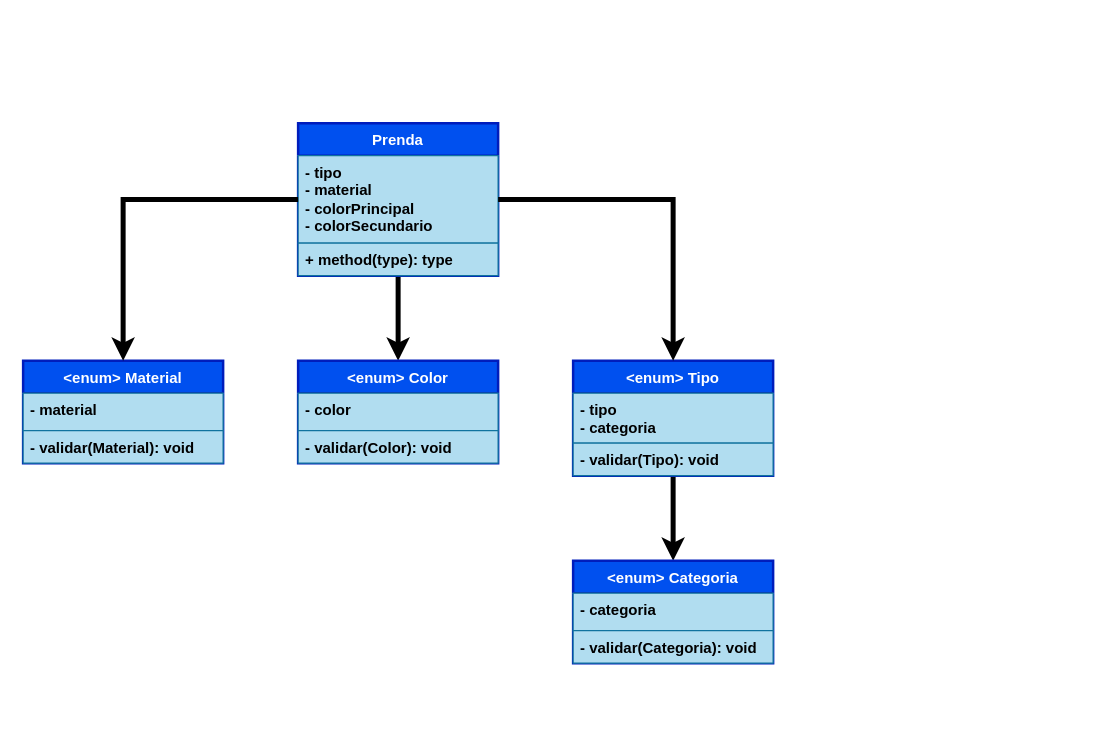
carrilloFN/QueMePongo keeps this draw.io diagram as Diagrams/DDC.drawio. Above is the earlier version. Source tidied: cells renumbered, new cells numbered last; positions are measured from the earlier drawing's top-left corner, leaving out a move shared by most shapes. Both pictures are drawn from the tidied source at 125%, with x=0, y=0 at pixel (22, 122).
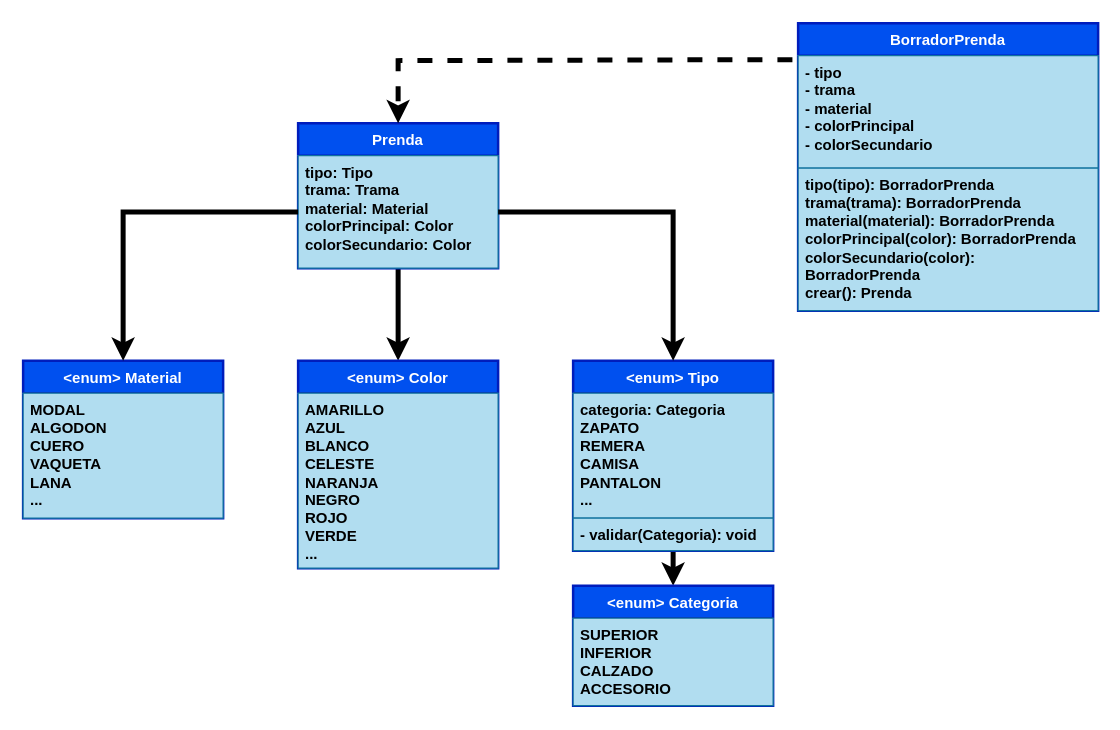
The same diagram, later.

Diff of the diagram source:
```diff
@@
     <mxCell id="3" value="Prenda" style="swimlane;fontStyle=1;align=center;verticalAlign=top;horizontal=1;startSize=26;whiteSpace=wrap;html=1;fillColor=#0050ef;fontColor=#ffffff;strokeColor=#001DBC;strokeWidth=2;" parent="1" vertex="1">
-      <mxGeometry x="220" width="160" height="122" as="geometry" />
+      <mxGeometry x="220" width="160" height="116" as="geometry" />
     </mxCell>
-    <mxCell id="4" value="- tipo&lt;br&gt;- material&lt;br&gt;- colorPrincipal&lt;br&gt;- colorSecundario" style="text;strokeColor=#10739e;fillColor=#b1ddf0;align=left;verticalAlign=top;spacingLeft=4;spacingRight=4;overflow=hidden;points=[[0,0.5],[1,0.5]];portConstraint=eastwest;fontColor=#000000;fontStyle=1;whiteSpace=wrap;html=1;" parent="3" vertex="1">
-      <mxGeometry y="26" width="160" height="70" as="geometry" />
+    <mxCell id="4" value="tipo: Tipo&lt;div&gt;trama: Trama&lt;br&gt;material: Material&lt;br&gt;colorPrincipal: Color&lt;br&gt;colorSecundario: Color&lt;/div&gt;" style="text;strokeColor=#10739e;fillColor=#b1ddf0;align=left;verticalAlign=top;spacingLeft=4;spacingRight=4;overflow=hidden;points=[[0,0.5],[1,0.5]];portConstraint=eastwest;fontColor=#000000;fontStyle=1;whiteSpace=wrap;html=1;" parent="3" vertex="1">
+      <mxGeometry y="26" width="160" height="90" as="geometry" />
     </mxCell>
-    <mxCell id="5" value="+ method(type): type" style="text;strokeColor=#10739e;fillColor=#b1ddf0;align=left;verticalAlign=top;spacingLeft=4;spacingRight=4;overflow=hidden;whiteSpace=wrap;html=1;fontColor=#000000;fontStyle=1;" parent="3" vertex="1">
-      <mxGeometry y="96" width="160" height="26" as="geometry" />
-    </mxCell>
     <mxCell id="6" value="&amp;lt;enum&amp;gt; Material" style="swimlane;fontStyle=1;align=center;verticalAlign=top;horizontal=1;startSize=26;whiteSpace=wrap;html=1;fillColor=#0050ef;fontColor=#ffffff;strokeColor=#001DBC;strokeWidth=2;" parent="1" vertex="1">
-      <mxGeometry y="190" width="160" height="82" as="geometry" />
+      <mxGeometry y="190" width="160" height="126" as="geometry" />
     </mxCell>
-    <mxCell id="7" value="- material" style="text;strokeColor=#10739e;fillColor=#b1ddf0;align=left;verticalAlign=top;spacingLeft=4;spacingRight=4;overflow=hidden;whiteSpace=wrap;html=1;fontColor=#000000;fontStyle=1;" parent="6" vertex="1">
-      <mxGeometry y="26" width="160" height="30" as="geometry" />
+    <mxCell id="7" value="MODAL&lt;div&gt;ALGODON&lt;/div&gt;&lt;div&gt;CUERO&lt;/div&gt;&lt;div&gt;VAQUETA&lt;/div&gt;&lt;div&gt;LANA&lt;/div&gt;&lt;div&gt;...&lt;/div&gt;" style="text;strokeColor=#10739e;fillColor=#b1ddf0;align=left;verticalAlign=top;spacingLeft=4;spacingRight=4;overflow=hidden;whiteSpace=wrap;html=1;fontColor=#000000;fontStyle=1;" parent="6" vertex="1">
+      <mxGeometry y="26" width="160" height="100" as="geometry" />
     </mxCell>
-    <mxCell id="8" value="- validar(Material): void" style="text;strokeColor=#10739e;fillColor=#b1ddf0;align=left;verticalAlign=top;spacingLeft=4;spacingRight=4;overflow=hidden;whiteSpace=wrap;html=1;fontColor=#000000;fontStyle=1;" parent="6" vertex="1">
-      <mxGeometry y="56" width="160" height="26" as="geometry" />
-    </mxCell>
@@
     <mxCell id="10" value="&amp;lt;enum&amp;gt; Tipo" style="swimlane;fontStyle=1;align=center;verticalAlign=top;horizontal=1;startSize=26;whiteSpace=wrap;html=1;fillColor=#0050ef;fontColor=#ffffff;strokeColor=#001DBC;strokeWidth=2;" parent="1" vertex="1">
-      <mxGeometry x="440" y="190" width="160" height="92" as="geometry" />
+      <mxGeometry x="440" y="190" width="160" height="152" as="geometry" />
     </mxCell>
-    <mxCell id="11" value="- tipo&lt;div&gt;- categoria&lt;/div&gt;" style="text;strokeColor=#10739e;fillColor=#b1ddf0;align=left;verticalAlign=top;spacingLeft=4;spacingRight=4;overflow=hidden;whiteSpace=wrap;html=1;fontColor=#000000;fontStyle=1;" parent="10" vertex="1">
-      <mxGeometry y="26" width="160" height="40" as="geometry" />
+    <mxCell id="11" value="&lt;div&gt;categoria: Categoria&lt;br&gt;&lt;/div&gt;&lt;div&gt;ZAPATO&lt;/div&gt;&lt;div&gt;REMERA&lt;/div&gt;&lt;div&gt;CAMISA&lt;/div&gt;&lt;div&gt;PANTALON&lt;br&gt;...&lt;/div&gt;" style="text;strokeColor=#10739e;fillColor=#b1ddf0;align=left;verticalAlign=top;spacingLeft=4;spacingRight=4;overflow=hidden;whiteSpace=wrap;html=1;fontColor=#000000;fontStyle=1;" parent="10" vertex="1">
+      <mxGeometry y="26" width="160" height="100" as="geometry" />
     </mxCell>
-    <mxCell id="12" value="- validar(Tipo): void" style="text;strokeColor=#10739e;fillColor=#b1ddf0;align=left;verticalAlign=top;spacingLeft=4;spacingRight=4;overflow=hidden;whiteSpace=wrap;html=1;fontColor=#000000;fontStyle=1;" parent="10" vertex="1">
-      <mxGeometry y="66" width="160" height="26" as="geometry" />
+    <mxCell id="12" value="- validar(Categoria): void" style="text;strokeColor=#10739e;fillColor=#b1ddf0;align=left;verticalAlign=top;spacingLeft=4;spacingRight=4;overflow=hidden;whiteSpace=wrap;html=1;fontColor=#000000;fontStyle=1;" parent="10" vertex="1">
+      <mxGeometry y="126" width="160" height="26" as="geometry" />
     </mxCell>
     <mxCell id="13" value="&amp;lt;enum&amp;gt; Categoria" style="swimlane;fontStyle=1;align=center;verticalAlign=top;horizontal=1;startSize=26;whiteSpace=wrap;html=1;fillColor=#0050ef;fontColor=#ffffff;strokeColor=#001DBC;strokeWidth=2;" parent="1" vertex="1">
-      <mxGeometry x="440" y="350" width="160" height="82" as="geometry" />
+      <mxGeometry x="440" y="370" width="160" height="96" as="geometry" />
     </mxCell>
-    <mxCell id="14" value="&lt;span style=&quot;background-color: initial;&quot;&gt;- categoria&lt;/span&gt;" style="text;strokeColor=#10739e;fillColor=#b1ddf0;align=left;verticalAlign=top;spacingLeft=4;spacingRight=4;overflow=hidden;whiteSpace=wrap;html=1;fontColor=#000000;fontStyle=1;" parent="13" vertex="1">
-      <mxGeometry y="26" width="160" height="30" as="geometry" />
+    <mxCell id="14" value="&lt;span style=&quot;background-color: initial;&quot;&gt;SUPERIOR&lt;/span&gt;&lt;div&gt;&lt;span style=&quot;background-color: initial;&quot;&gt;INFERIOR&lt;/span&gt;&lt;/div&gt;&lt;div&gt;&lt;span style=&quot;background-color: initial;&quot;&gt;CALZADO&lt;/span&gt;&lt;/div&gt;&lt;div&gt;&lt;span style=&quot;background-color: initial;&quot;&gt;ACCESORIO&lt;/span&gt;&lt;/div&gt;" style="text;strokeColor=#10739e;fillColor=#b1ddf0;align=left;verticalAlign=top;spacingLeft=4;spacingRight=4;overflow=hidden;whiteSpace=wrap;html=1;fontColor=#000000;fontStyle=1;" parent="13" vertex="1">
+      <mxGeometry y="26" width="160" height="70" as="geometry" />
     </mxCell>
-    <mxCell id="15" value="- validar(Categoria): void" style="text;strokeColor=#10739e;fillColor=#b1ddf0;align=left;verticalAlign=top;spacingLeft=4;spacingRight=4;overflow=hidden;whiteSpace=wrap;html=1;fontColor=#000000;fontStyle=1;" parent="13" vertex="1">
-      <mxGeometry y="56" width="160" height="26" as="geometry" />
-    </mxCell>
@@
     <mxCell id="18" value="&amp;lt;enum&amp;gt; Color" style="swimlane;fontStyle=1;align=center;verticalAlign=top;horizontal=1;startSize=26;whiteSpace=wrap;html=1;fillColor=#0050ef;fontColor=#ffffff;strokeColor=#001DBC;strokeWidth=2;" parent="1" vertex="1">
-      <mxGeometry x="220" y="190" width="160" height="82" as="geometry" />
+      <mxGeometry x="220" y="190" width="160" height="166" as="geometry" />
     </mxCell>
-    <mxCell id="19" value="- color" style="text;strokeColor=#10739e;fillColor=#b1ddf0;align=left;verticalAlign=top;spacingLeft=4;spacingRight=4;overflow=hidden;whiteSpace=wrap;html=1;fontColor=#000000;fontStyle=1;" parent="18" vertex="1">
-      <mxGeometry y="26" width="160" height="30" as="geometry" />
+    <mxCell id="19" value="&lt;div&gt;AMARILLO&lt;/div&gt;&lt;div&gt;AZUL&lt;/div&gt;&lt;div&gt;BLANCO&lt;/div&gt;&lt;div&gt;CELESTE&lt;/div&gt;&lt;div&gt;NARANJA&lt;/div&gt;&lt;div&gt;NEGRO&lt;/div&gt;ROJO&lt;div&gt;VERDE&lt;/div&gt;&lt;div&gt;...&lt;/div&gt;" style="text;strokeColor=#10739e;fillColor=#b1ddf0;align=left;verticalAlign=top;spacingLeft=4;spacingRight=4;overflow=hidden;whiteSpace=wrap;html=1;fontColor=#000000;fontStyle=1;" parent="18" vertex="1">
+      <mxGeometry y="26" width="160" height="140" as="geometry" />
     </mxCell>
-    <mxCell id="20" value="- validar(Color): void" style="text;strokeColor=#10739e;fillColor=#b1ddf0;align=left;verticalAlign=top;spacingLeft=4;spacingRight=4;overflow=hidden;whiteSpace=wrap;html=1;fontColor=#000000;fontStyle=1;" parent="18" vertex="1">
-      <mxGeometry y="56" width="160" height="26" as="geometry" />
-    </mxCell>
+    <mxCell id="21" value="BorradorPrenda" style="swimlane;fontStyle=1;align=center;verticalAlign=top;horizontal=1;startSize=26;whiteSpace=wrap;html=1;fillColor=#0050ef;fontColor=#ffffff;strokeColor=#001DBC;strokeWidth=2;" parent="1" vertex="1">
+      <mxGeometry x="620" y="-80" width="240" height="230" as="geometry" />
+    </mxCell>
+    <mxCell id="22" value="- tipo&lt;div&gt;- trama&lt;br&gt;- material&lt;br&gt;- colorPrincipal&lt;br&gt;- colorSecundario&lt;/div&gt;" style="text;strokeColor=#10739e;fillColor=#b1ddf0;align=left;verticalAlign=top;spacingLeft=4;spacingRight=4;overflow=hidden;fontColor=#000000;fontStyle=1;whiteSpace=wrap;html=1;" parent="21" vertex="1">
+      <mxGeometry y="26" width="240" height="90" as="geometry" />
+    </mxCell>
+    <mxCell id="23" value="&lt;div&gt;tipo(tipo): BorradorPrenda&lt;/div&gt;&lt;div&gt;trama(trama): BorradorPrenda&lt;/div&gt;&lt;div&gt;material(material): BorradorPrenda&lt;/div&gt;&lt;div&gt;colorPrincipal(color): BorradorPrenda&lt;/div&gt;&lt;div&gt;colorSecundario(color): BorradorPrenda&lt;/div&gt;crear(): Prenda" style="text;strokeColor=#10739e;fillColor=#b1ddf0;align=left;verticalAlign=top;spacingLeft=4;spacingRight=4;overflow=hidden;whiteSpace=wrap;html=1;fontColor=#000000;fontStyle=1;" parent="21" vertex="1">
+      <mxGeometry y="116" width="240" height="114" as="geometry" />
+    </mxCell>
+    <mxCell id="24" style="endArrow=classic;html=1;rounded=0;edgeStyle=orthogonalEdgeStyle;entryX=0.5;entryY=0;entryDx=0;entryDy=0;strokeColor=#000000;strokeWidth=4;dashed=1;exitX=-0.019;exitY=0.127;exitDx=0;exitDy=0;exitPerimeter=0;" parent="1" edge="1" source="21" target="3">
+      <mxGeometry relative="1" as="geometry">
+        <Array as="points">
+          <mxPoint x="607" y="-50" />
+          <mxPoint x="300" y="-50" />
+        </Array>
+      </mxGeometry>
+    </mxCell>
```
